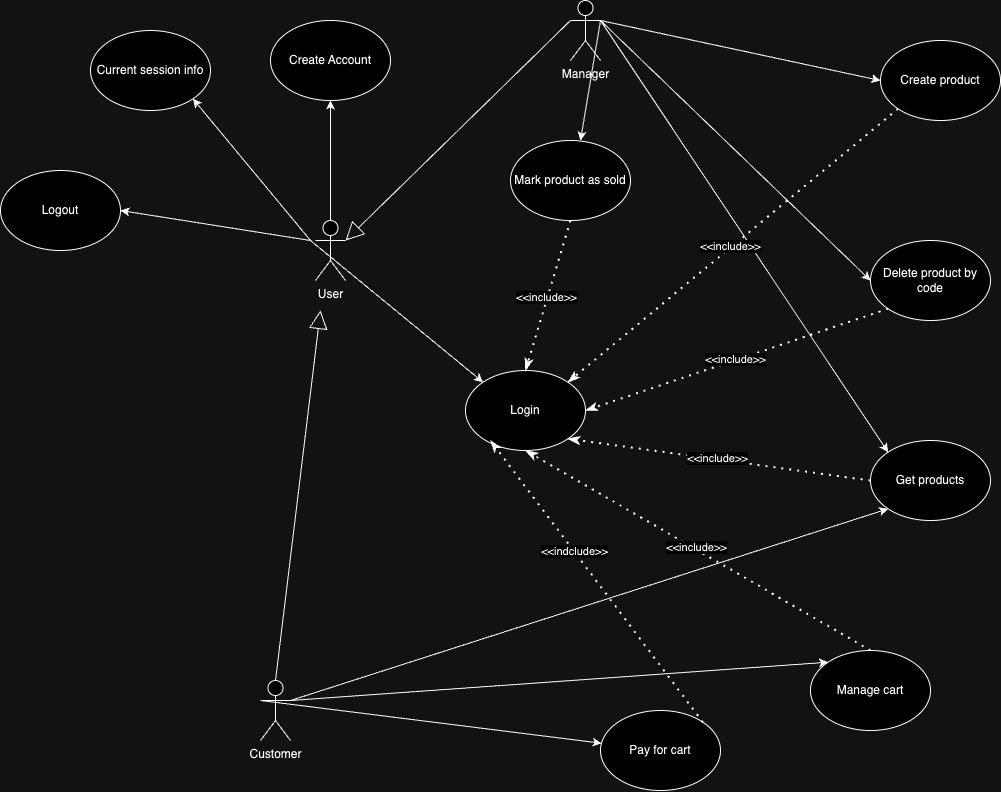
Above: assets/img/V1/UCDV1.png in Andrea-1704/Ezelectronics (draw.io), before the change. Source tidied: cells renumbered, new cells last; positions are measured from the earlier drawing's top-left corner, leaving out a move shared by most shapes.
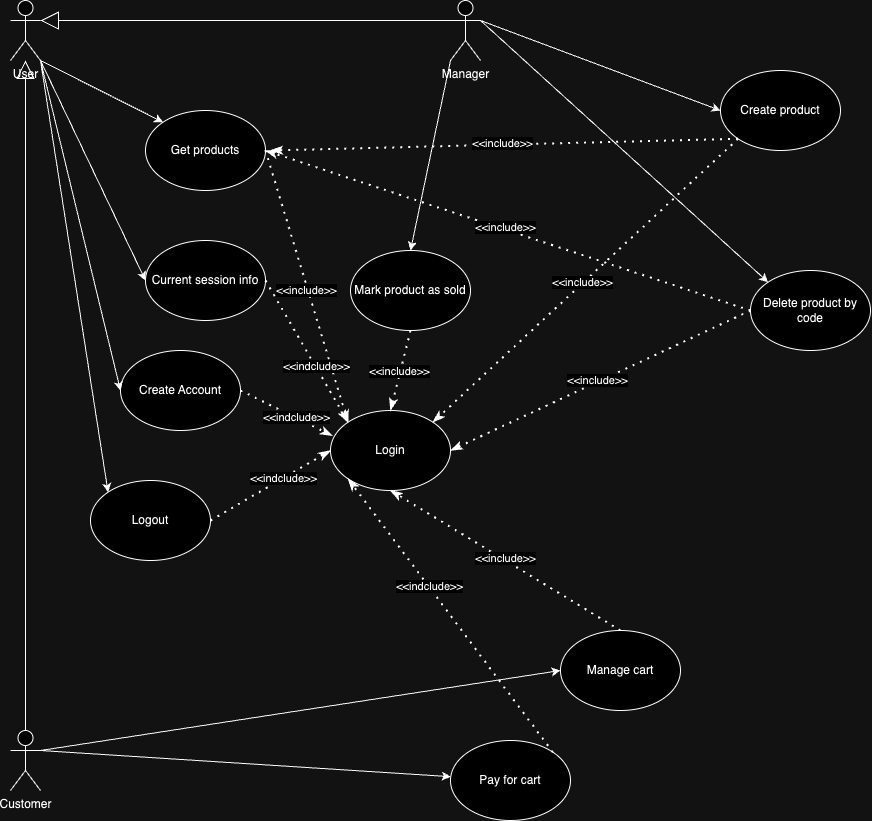
The same file after the commit.

Commit message:
feat(req1): update use case diagram v1

What changed in the source:
```diff
@@ -3,48 +3,46 @@
     <mxCell id="0" />
     <mxCell id="1" parent="0" />
     <mxCell id="2" value="Create Account" style="ellipse;whiteSpace=wrap;html=1;" parent="1" vertex="1">
-      <mxGeometry x="270" y="20" width="120" height="80" as="geometry" />
+      <mxGeometry x="280" y="290" width="120" height="80" as="geometry" />
     </mxCell>
     <mxCell id="3" value="User&lt;div&gt;&lt;br&gt;&lt;/div&gt;" style="shape=umlActor;verticalLabelPosition=bottom;verticalAlign=top;html=1;outlineConnect=0;" parent="1" vertex="1">
-      <mxGeometry x="315" y="220" width="30" height="60" as="geometry" />
+      <mxGeometry x="170" y="-60" width="30" height="60" as="geometry" />
     </mxCell>
     <mxCell id="4" value="Login" style="ellipse;whiteSpace=wrap;html=1;" parent="1" vertex="1">
-      <mxGeometry x="465" y="370" width="120" height="80" as="geometry" />
+      <mxGeometry x="490" y="350" width="120" height="80" as="geometry" />
     </mxCell>
     <mxCell id="5" value="Logout" style="ellipse;whiteSpace=wrap;html=1;" parent="1" vertex="1">
-      <mxGeometry y="170" width="120" height="80" as="geometry" />
+      <mxGeometry x="250" y="420" width="120" height="80" as="geometry" />
     </mxCell>
     <mxCell id="6" value="Current session info" style="ellipse;whiteSpace=wrap;html=1;" parent="1" vertex="1">
-      <mxGeometry x="90" y="30" width="120" height="80" as="geometry" />
+      <mxGeometry x="305" y="180" width="120" height="80" as="geometry" />
     </mxCell>
     <mxCell id="7" value="Create product" style="ellipse;whiteSpace=wrap;html=1;" parent="1" vertex="1">
-      <mxGeometry x="880" y="40" width="120" height="80" as="geometry" />
+      <mxGeometry x="880" y="10" width="120" height="80" as="geometry" />
     </mxCell>
     <mxCell id="8" value="Mark product as sold" style="ellipse;whiteSpace=wrap;html=1;" parent="1" vertex="1">
-      <mxGeometry x="510" y="140" width="120" height="80" as="geometry" />
+      <mxGeometry x="510" y="190" width="120" height="80" as="geometry" />
     </mxCell>
     <mxCell id="9" value="Get products" style="ellipse;whiteSpace=wrap;html=1;" parent="1" vertex="1">
-      <mxGeometry x="870" y="440" width="120" height="80" as="geometry" />
+      <mxGeometry x="305" y="50" width="120" height="80" as="geometry" />
     </mxCell>
     <mxCell id="10" value="Delete product by code" style="ellipse;whiteSpace=wrap;html=1;" parent="1" vertex="1">
-      <mxGeometry x="870" y="240" width="120" height="80" as="geometry" />
+      <mxGeometry x="910" y="210" width="120" height="80" as="geometry" />
     </mxCell>
     <mxCell id="11" value="Manage cart" style="ellipse;whiteSpace=wrap;html=1;" parent="1" vertex="1">
-      <mxGeometry x="810" y="650" width="120" height="80" as="geometry" />
+      <mxGeometry x="720" y="570" width="120" height="80" as="geometry" />
     </mxCell>
     <mxCell id="12" value="Pay for cart" style="ellipse;whiteSpace=wrap;html=1;" parent="1" vertex="1">
-      <mxGeometry x="600" y="710" width="120" height="80" as="geometry" />
+      <mxGeometry x="610" y="680" width="120" height="80" as="geometry" />
     </mxCell>
     <mxCell id="13" value="Customer" style="shape=umlActor;verticalLabelPosition=bottom;verticalAlign=top;html=1;outlineConnect=0;" parent="1" vertex="1">
-      <mxGeometry x="260" y="680" width="30" height="60" as="geometry" />
+      <mxGeometry x="170" y="670" width="30" height="60" as="geometry" />
     </mxCell>
     <mxCell id="14" value="Manager" style="shape=umlActor;verticalLabelPosition=bottom;verticalAlign=top;html=1;outlineConnect=0;" parent="1" vertex="1">
-      <mxGeometry x="570" width="30" height="60" as="geometry" />
+      <mxGeometry x="610" y="-60" width="30" height="60" as="geometry" />
     </mxCell>
-    <mxCell id="15" style="endArrow=block;html=1;rounded=0;endFill=0;exitX=0.5;exitY=0;exitDx=0;exitDy=0;exitPerimeter=0;endSize=16;" parent="1" edge="1" source="13">
-      <mxGeometry relative="1" as="geometry">
-        <mxPoint x="320" y="310" as="targetPoint" />
-      </mxGeometry>
+    <mxCell id="15" style="endArrow=block;html=1;rounded=0;endFill=0;exitX=0.5;exitY=0;exitDx=0;exitDy=0;exitPerimeter=0;endSize=16;" parent="1" edge="1" source="13" target="3">
+      <mxGeometry relative="1" as="geometry" />
     </mxCell>
     <mxCell id="16" style="endArrow=block;html=1;rounded=0;endFill=0;exitX=0;exitY=0.3333333333333333;exitDx=0;exitDy=0;exitPerimeter=0;entryX=1;entryY=0.3333333333333333;entryDx=0;entryDy=0;entryPerimeter=0;endSize=16;" parent="1" edge="1" source="14" target="3">
       <mxGeometry relative="1" as="geometry" />
@@ -52,49 +50,32 @@
     <mxCell id="17" style="endArrow=classic;html=1;rounded=0;entryX=0;entryY=0.5;entryDx=0;entryDy=0;exitX=1;exitY=0.3333333333333333;exitDx=0;exitDy=0;exitPerimeter=0;" parent="1" edge="1" source="14" target="7">
       <mxGeometry relative="1" as="geometry" />
     </mxCell>
-    <mxCell id="18" style="endArrow=classic;html=1;rounded=0;entryX=1;entryY=0.5;entryDx=0;entryDy=0;" parent="1" edge="1" target="5">
-      <mxGeometry relative="1" as="geometry">
-        <mxPoint x="310" y="240" as="sourcePoint" />
-      </mxGeometry>
+    <mxCell id="18" style="endArrow=classic;html=1;rounded=0;entryX=0;entryY=0;entryDx=0;entryDy=0;exitX=1;exitY=1;exitDx=0;exitDy=0;exitPerimeter=0;" parent="1" edge="1" source="3" target="5">
+      <mxGeometry relative="1" as="geometry" />
     </mxCell>
-    <mxCell id="19" style="endArrow=classic;html=1;rounded=0;entryX=0.5;entryY=1;entryDx=0;entryDy=0;exitX=0.5;exitY=0;exitDx=0;exitDy=0;exitPerimeter=0;" parent="1" edge="1" source="3" target="2">
+    <mxCell id="19" style="endArrow=classic;html=1;rounded=0;entryX=0;entryY=0.5;entryDx=0;entryDy=0;exitX=1;exitY=1;exitDx=0;exitDy=0;exitPerimeter=0;" parent="1" edge="1" source="3" target="2">
       <mxGeometry relative="1" as="geometry" />
     </mxCell>
-    <mxCell id="20" style="endArrow=classic;html=1;rounded=0;entryX=0;entryY=0;entryDx=0;entryDy=0;" parent="1" edge="1" target="4">
-      <mxGeometry relative="1" as="geometry">
-        <mxPoint x="310" y="240" as="sourcePoint" />
-      </mxGeometry>
-    </mxCell>
-    <mxCell id="21" style="endArrow=classic;html=1;rounded=0;" parent="1" edge="1">
-      <mxGeometry relative="1" as="geometry">
-        <mxPoint x="600" y="20" as="sourcePoint" />
-        <mxPoint x="580" y="140" as="targetPoint" />
-      </mxGeometry>
+    <mxCell id="21" style="endArrow=classic;html=1;rounded=0;exitX=0;exitY=1;exitDx=0;exitDy=0;exitPerimeter=0;entryX=0.5;entryY=0;entryDx=0;entryDy=0;" parent="1" edge="1" source="14" target="8">
+      <mxGeometry relative="1" as="geometry" />
     </mxCell>
-    <mxCell id="22" style="endArrow=classic;html=1;rounded=0;entryX=0;entryY=0.5;entryDx=0;entryDy=0;exitX=1;exitY=0.3333333333333333;exitDx=0;exitDy=0;exitPerimeter=0;" parent="1" edge="1" source="14" target="10">
+    <mxCell id="22" style="endArrow=classic;html=1;rounded=0;entryX=0;entryY=0;entryDx=0;entryDy=0;exitX=1;exitY=0.3333333333333333;exitDx=0;exitDy=0;exitPerimeter=0;" parent="1" edge="1" source="14" target="10">
       <mxGeometry relative="1" as="geometry" />
     </mxCell>
-    <mxCell id="23" style="endArrow=classic;html=1;rounded=0;entryX=0;entryY=0;entryDx=0;entryDy=0;exitX=1;exitY=0.3333333333333333;exitDx=0;exitDy=0;exitPerimeter=0;" parent="1" edge="1" source="14" target="9">
+    <mxCell id="23" style="endArrow=classic;html=1;rounded=0;entryX=0;entryY=0;entryDx=0;entryDy=0;exitX=1;exitY=1;exitDx=0;exitDy=0;exitPerimeter=0;" parent="1" edge="1" source="3" target="9">
       <mxGeometry relative="1" as="geometry" />
     </mxCell>
-    <mxCell id="24" style="endArrow=classic;html=1;rounded=0;entryX=0;entryY=0;entryDx=0;entryDy=0;exitX=1;exitY=0.3333333333333333;exitDx=0;exitDy=0;exitPerimeter=0;" parent="1" edge="1" source="13" target="11">
+    <mxCell id="24" style="endArrow=classic;html=1;rounded=0;entryX=0;entryY=0.5;entryDx=0;entryDy=0;exitX=1;exitY=0.3333333333333333;exitDx=0;exitDy=0;exitPerimeter=0;" parent="1" edge="1" source="13" target="11">
       <mxGeometry relative="1" as="geometry" />
     </mxCell>
-    <mxCell id="25" style="endArrow=classic;html=1;rounded=0;entryX=1;entryY=1;entryDx=0;entryDy=0;" parent="1" edge="1" target="6">
-      <mxGeometry relative="1" as="geometry">
-        <mxPoint x="310" y="240" as="sourcePoint" />
-      </mxGeometry>
+    <mxCell id="25" style="endArrow=classic;html=1;rounded=0;entryX=0;entryY=0.5;entryDx=0;entryDy=0;exitX=1;exitY=1;exitDx=0;exitDy=0;exitPerimeter=0;" parent="1" edge="1" source="3" target="6">
+      <mxGeometry relative="1" as="geometry" />
     </mxCell>
-    <mxCell id="26" style="endArrow=classic;html=1;rounded=0;exitX=0;exitY=0.3333333333333333;exitDx=0;exitDy=0;exitPerimeter=0;" parent="1" edge="1" source="13" target="12">
+    <mxCell id="26" style="endArrow=classic;html=1;rounded=0;exitX=1;exitY=0.3333333333333333;exitDx=0;exitDy=0;exitPerimeter=0;" parent="1" edge="1" source="13" target="12">
       <mxGeometry relative="1" as="geometry" />
     </mxCell>
-    <mxCell id="27" style="endArrow=classic;html=1;rounded=0;entryX=0;entryY=1;entryDx=0;entryDy=0;exitX=1;exitY=0.3333333333333333;exitDx=0;exitDy=0;exitPerimeter=0;" parent="1" edge="1" source="13" target="9">
-      <mxGeometry relative="1" as="geometry" />
-    </mxCell>
-    <mxCell id="28" style="endArrow=classicThin;dashed=1;html=1;dashPattern=1 3;strokeWidth=2;rounded=0;endFill=1;exitX=1;exitY=0;exitDx=0;exitDy=0;" parent="1" edge="1" source="12">
-      <mxGeometry relative="1" as="geometry">
-        <mxPoint x="490" y="440" as="targetPoint" />
-      </mxGeometry>
+    <mxCell id="28" style="endArrow=classicThin;dashed=1;html=1;dashPattern=1 3;strokeWidth=2;rounded=0;endFill=1;exitX=1;exitY=0;exitDx=0;exitDy=0;entryX=0;entryY=1;entryDx=0;entryDy=0;" parent="1" edge="1" source="12" target="4">
+      <mxGeometry relative="1" as="geometry" />
     </mxCell>
     <mxCell id="29" value="&amp;lt;&amp;lt;indclude&amp;gt;&amp;gt;" style="edgeLabel;html=1;align=center;verticalAlign=middle;" parent="28" vertex="1">
       <mxGeometry x="0.21" relative="1" as="geometry">
@@ -107,13 +88,13 @@
     <mxCell id="31" value="&amp;lt;&amp;lt;include&amp;gt;&amp;gt;" style="edgeLabel;html=1;align=center;verticalAlign=middle;" parent="30" vertex="1">
       <mxGeometry x="0.02" y="-2" relative="1" as="geometry" />
     </mxCell>
-    <mxCell id="32" style="endArrow=classicThin;dashed=1;html=1;dashPattern=1 3;strokeWidth=2;rounded=0;endFill=1;entryX=1;entryY=1;entryDx=0;entryDy=0;exitX=0;exitY=0.5;exitDx=0;exitDy=0;" parent="1" edge="1" source="9" target="4">
+    <mxCell id="32" style="endArrow=classicThin;dashed=1;html=1;dashPattern=1 3;strokeWidth=2;rounded=0;endFill=1;entryX=0;entryY=0;entryDx=0;entryDy=0;exitX=1;exitY=0.5;exitDx=0;exitDy=0;" parent="1" edge="1" source="9" target="4">
       <mxGeometry relative="1" as="geometry" />
     </mxCell>
     <mxCell id="33" value="&amp;lt;&amp;lt;include&amp;gt;&amp;gt;" style="edgeLabel;html=1;align=center;verticalAlign=middle;" parent="32" vertex="1">
       <mxGeometry x="0.02" y="-2" relative="1" as="geometry" />
     </mxCell>
-    <mxCell id="34" style="endArrow=classicThin;dashed=1;html=1;dashPattern=1 3;strokeWidth=2;rounded=0;endFill=1;entryX=1;entryY=0.5;entryDx=0;entryDy=0;exitX=0;exitY=1;exitDx=0;exitDy=0;" parent="1" edge="1" source="10" target="4">
+    <mxCell id="34" style="endArrow=classicThin;dashed=1;html=1;dashPattern=1 3;strokeWidth=2;rounded=0;endFill=1;entryX=1;entryY=0.5;entryDx=0;entryDy=0;exitX=0;exitY=0.5;exitDx=0;exitDy=0;" parent="1" edge="1" source="10" target="4">
       <mxGeometry relative="1" as="geometry" />
     </mxCell>
     <mxCell id="35" value="&amp;lt;&amp;lt;include&amp;gt;&amp;gt;" style="edgeLabel;html=1;align=center;verticalAlign=middle;" parent="34" vertex="1">
@@ -131,5 +112,43 @@
     <mxCell id="39" value="&amp;lt;&amp;lt;include&amp;gt;&amp;gt;" style="edgeLabel;html=1;align=center;verticalAlign=middle;" parent="38" vertex="1">
       <mxGeometry x="0.02" y="-2" relative="1" as="geometry" />
     </mxCell>
+    <mxCell id="40" style="endArrow=classicThin;dashed=1;html=1;dashPattern=1 3;strokeWidth=2;rounded=0;endFill=1;exitX=1;exitY=0.5;exitDx=0;exitDy=0;entryX=0;entryY=0.5;entryDx=0;entryDy=0;" parent="1" edge="1" source="5" target="4">
+      <mxGeometry relative="1" as="geometry" />
+    </mxCell>
+    <mxCell id="41" value="&amp;lt;&amp;lt;indclude&amp;gt;&amp;gt;" style="edgeLabel;html=1;align=center;verticalAlign=middle;" parent="40" vertex="1">
+      <mxGeometry x="0.21" relative="1" as="geometry">
+        <mxPoint y="-1" as="offset" />
+      </mxGeometry>
+    </mxCell>
+    <mxCell id="42" style="endArrow=classicThin;dashed=1;html=1;dashPattern=1 3;strokeWidth=2;rounded=0;endFill=1;exitX=1;exitY=0.5;exitDx=0;exitDy=0;entryX=0.017;entryY=0.315;entryDx=0;entryDy=0;entryPerimeter=0;" parent="1" edge="1" source="2" target="4">
+      <mxGeometry relative="1" as="geometry" />
+    </mxCell>
+    <mxCell id="43" value="&amp;lt;&amp;lt;indclude&amp;gt;&amp;gt;" style="edgeLabel;html=1;align=center;verticalAlign=middle;" parent="42" vertex="1">
+      <mxGeometry x="0.21" relative="1" as="geometry">
+        <mxPoint y="-1" as="offset" />
+      </mxGeometry>
+    </mxCell>
+    <mxCell id="44" style="endArrow=classicThin;dashed=1;html=1;dashPattern=1 3;strokeWidth=2;rounded=0;endFill=1;exitX=1;exitY=0.5;exitDx=0;exitDy=0;entryX=0;entryY=0;entryDx=0;entryDy=0;" parent="1" edge="1" source="6" target="4">
+      <mxGeometry relative="1" as="geometry" />
+    </mxCell>
+    <mxCell id="45" value="&amp;lt;&amp;lt;indclude&amp;gt;&amp;gt;" style="edgeLabel;html=1;align=center;verticalAlign=middle;" parent="44" vertex="1">
+      <mxGeometry x="0.21" relative="1" as="geometry">
+        <mxPoint y="-1" as="offset" />
+      </mxGeometry>
+    </mxCell>
+    <mxCell id="46" style="endArrow=classicThin;dashed=1;html=1;dashPattern=1 3;strokeWidth=2;rounded=0;endFill=1;exitX=0;exitY=1;exitDx=0;exitDy=0;" parent="1" edge="1" source="7">
+      <mxGeometry relative="1" as="geometry">
+        <mxPoint x="430" y="90" as="targetPoint" />
+      </mxGeometry>
+    </mxCell>
+    <mxCell id="47" value="&amp;lt;&amp;lt;include&amp;gt;&amp;gt;" style="edgeLabel;html=1;align=center;verticalAlign=middle;" parent="46" vertex="1">
+      <mxGeometry x="0.02" y="-2" relative="1" as="geometry" />
+    </mxCell>
+    <mxCell id="48" style="endArrow=classicThin;dashed=1;html=1;dashPattern=1 3;strokeWidth=2;rounded=0;endFill=1;exitX=0;exitY=0.5;exitDx=0;exitDy=0;entryX=1;entryY=0.5;entryDx=0;entryDy=0;" parent="1" edge="1" source="10" target="9">
+      <mxGeometry relative="1" as="geometry" />
+    </mxCell>
+    <mxCell id="49" value="&amp;lt;&amp;lt;include&amp;gt;&amp;gt;" style="edgeLabel;html=1;align=center;verticalAlign=middle;" parent="48" vertex="1">
+      <mxGeometry x="0.02" y="-2" relative="1" as="geometry" />
+    </mxCell>
   </root>
 </mxGraphModel>
```
